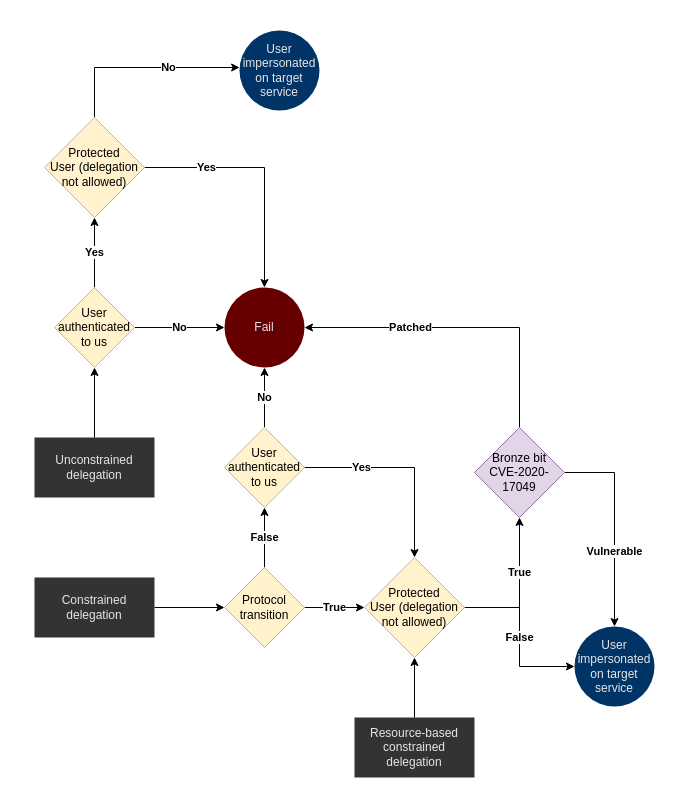
This is .assets/Kerberos_delegation.drawio from The-Hacker-Recipes/The-Hacker-Recipes, a draw.io file, before an edit. Source tidied: cells renumbered, new cells numbered last; positions are measured from the earlier drawing's top-left corner, leaving out a move shared by most shapes. Both pictures are drawn from the tidied source at 100%, with x=0, y=0 at pixel (17, 17).
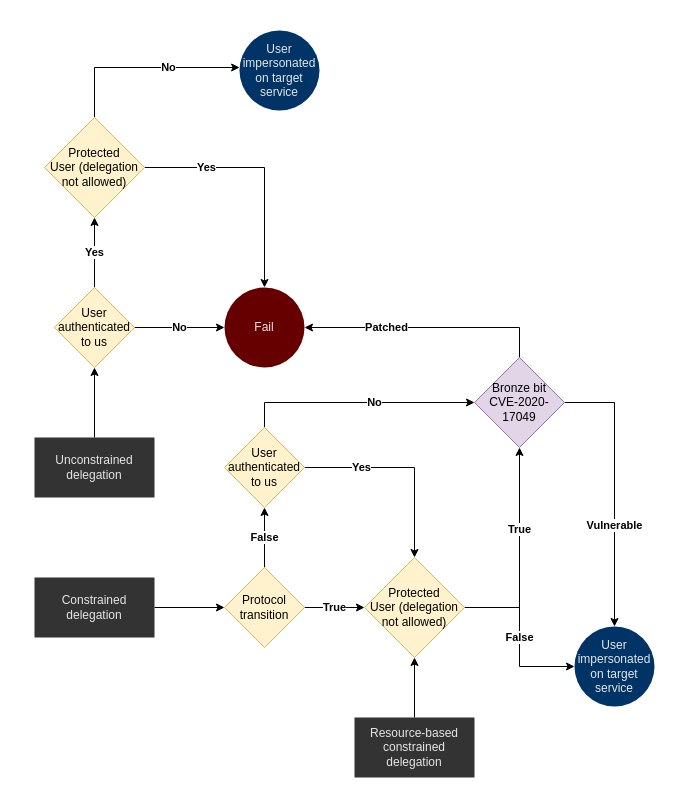
After the change.

Commit message (it also covers changes not shown here):
Kerberos delegation image updated again

The change refers to these unchanged cells:
```xml
<mxCell id="16" value="User authenticated&lt;br&gt;to us" style="rhombus;whiteSpace=wrap;html=1;fillColor=#fff2cc;strokeColor=#d6b656;" parent="1" vertex="1">
  <mxGeometry x="207" y="410" width="80" height="80" as="geometry" />
</mxCell>
<mxCell id="21" value="Fail" style="ellipse;whiteSpace=wrap;html=1;strokeColor=none;fillColor=#660000;fontColor=#E6E6E6;" parent="1" vertex="1">
  <mxGeometry x="207" y="270" width="80" height="80" as="geometry" />
</mxCell>
```

What changed in the source:
```diff
@@
     <mxCell id="2" style="rounded=0;whiteSpace=wrap;html=1;strokeColor=none;" parent="1" vertex="1">
-      <mxGeometry width="644" height="778" as="geometry" />
+      <mxGeometry x="7" width="644" height="778" as="geometry" />
     </mxCell>
@@
     <mxCell id="10" value="Bronze bit&lt;br&gt;CVE-2020-17049" style="rhombus;whiteSpace=wrap;html=1;fillColor=#e1d5e7;strokeColor=#9673a6;" parent="1" vertex="1">
-      <mxGeometry x="457" y="410" width="90" height="90" as="geometry" />
+      <mxGeometry x="457" y="340" width="90" height="90" as="geometry" />
     </mxCell>
@@
-    <mxCell id="15" value="No" style="edgeStyle=orthogonalEdgeStyle;rounded=0;jettySize=auto;html=1;fontStyle=1;" parent="1" edge="1" source="16" target="21">
-      <mxGeometry relative="1" as="geometry" />
+    <mxCell id="15" value="No" style="edgeStyle=orthogonalEdgeStyle;rounded=0;jettySize=auto;html=1;fontStyle=1;entryX=0;entryY=0.5;entryDx=0;entryDy=0;" parent="1" edge="1" source="16" target="10">
+      <mxGeometry x="0.15" relative="1" as="geometry">
+        <Array as="points">
+          <mxPoint x="247" y="385" />
+        </Array>
+      </mxGeometry>
     </mxCell>
```
